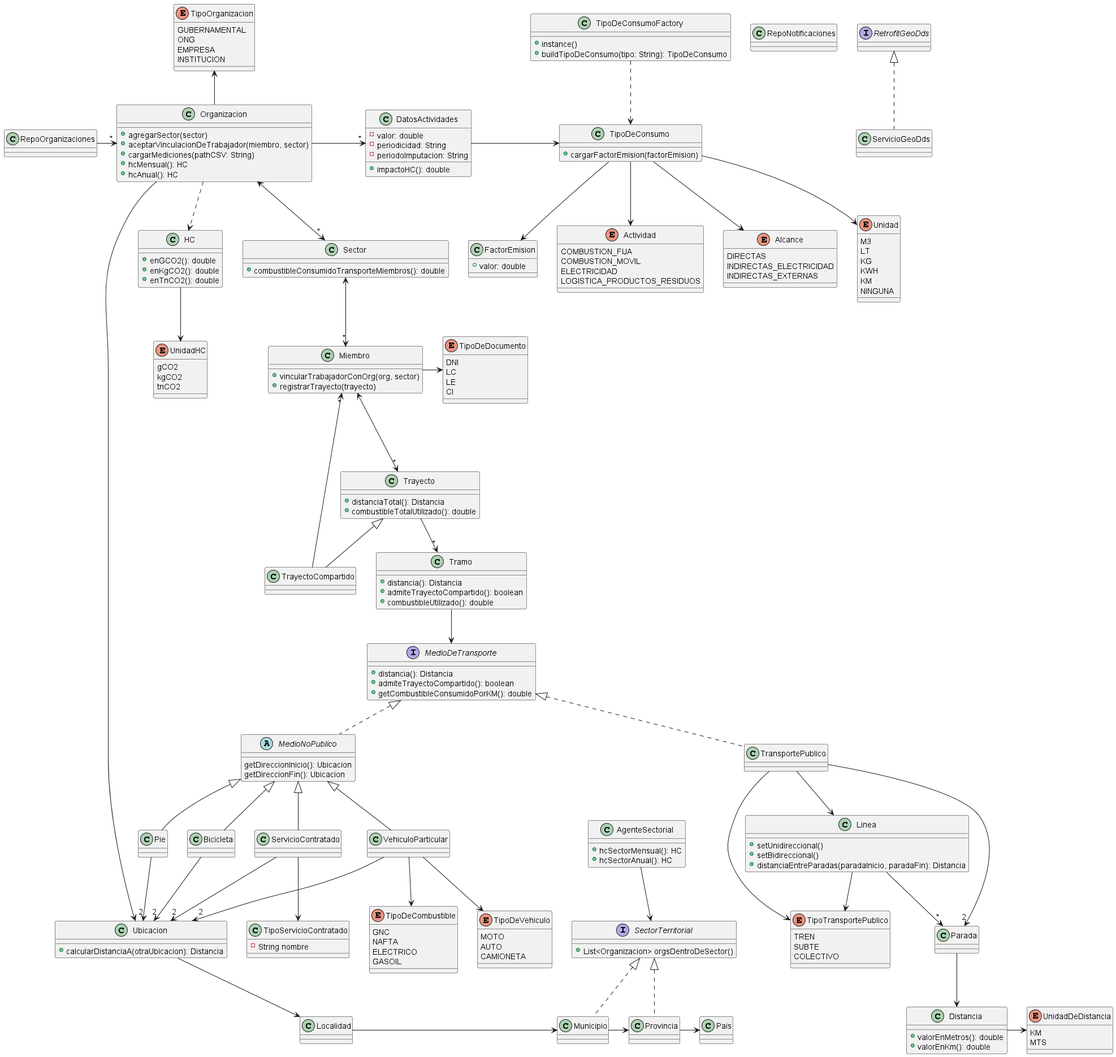
Before: out/diagrama-de-clases/nuevo_diagrama.png, a diagram exported from PlantUML (julian-salinas/dds-2022).
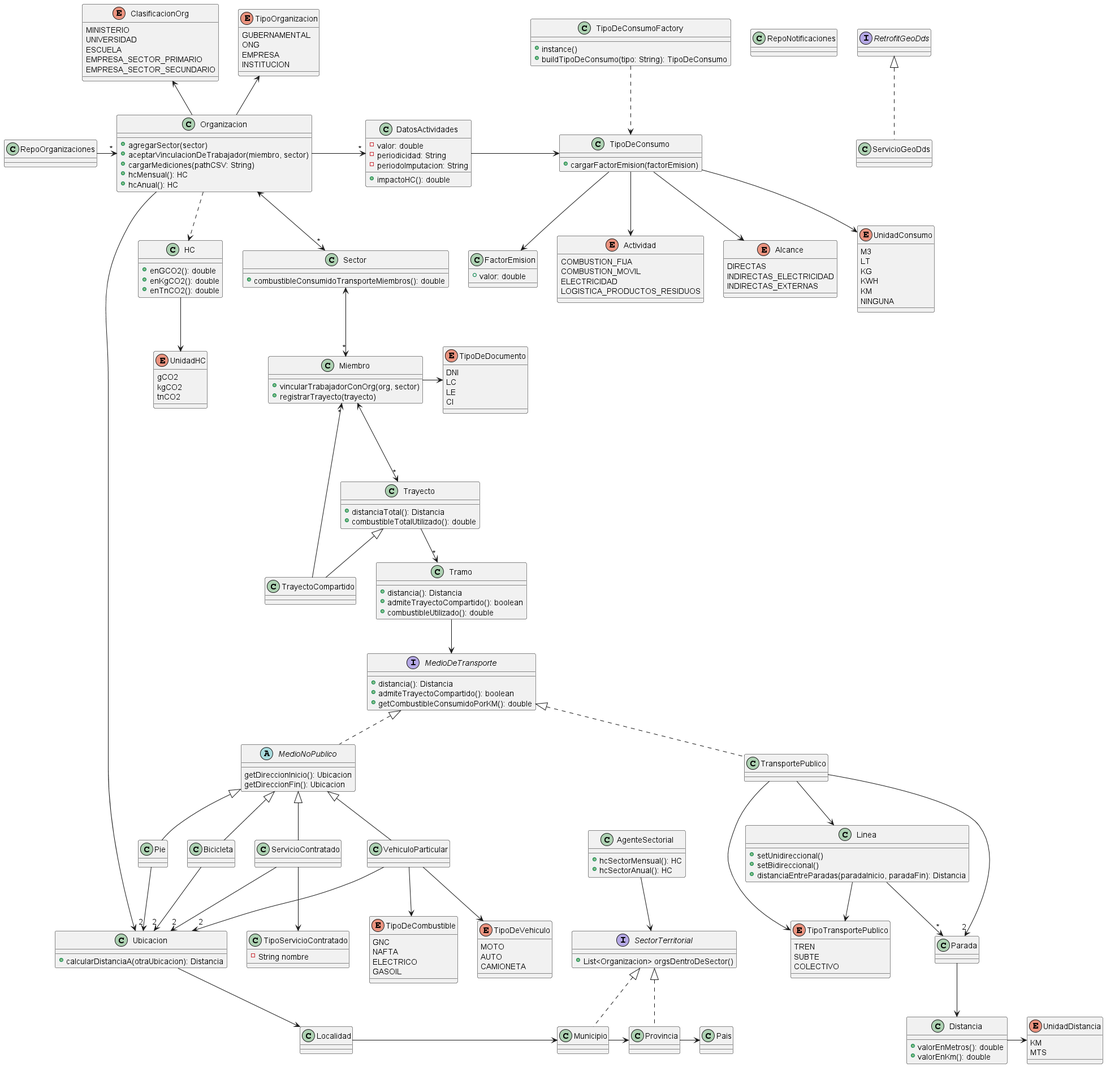
Later version of the same file.

What changed in the source:
```diff
@@ -9,6 +9,14 @@
   ONG
   EMPRESA
   INSTITUCION
+}
+
+enum ClasificacionOrg {
+  MINISTERIO
+  UNIVERSIDAD
+  ESCUELA
+  EMPRESA_SECTOR_PRIMARIO
+  EMPRESA_SECTOR_SECUNDARIO
 }
 
 class Organizacion {
@@ -74,7 +82,7 @@
     + valorEnKm(): double
 }
 
-enum UnidadDeDistancia {
+enum UnidadDistancia {
   KM
   MTS
 }
@@ -169,7 +177,7 @@
   INDIRECTAS_EXTERNAS
 }
 
-enum Unidad {
+enum UnidadConsumo {
   M3
   LT
   KG
@@ -199,6 +207,7 @@
 
 
 RepoOrganizaciones -> "*" Organizacion
+ClasificacionOrg <-- Organizacion
 TipoOrganizacion <-- Organizacion
 Organizacion ---> Ubicacion
 Miembro -> TipoDeDocumento
@@ -209,7 +218,7 @@
 Linea --> "*" Parada
 Linea --> TipoTransportePublico
 Parada --> Distancia
-Distancia -> UnidadDeDistancia
+Distancia -> UnidadDistancia
 
 Pie --> "2" Ubicacion
 Bicicleta --> "2" Ubicacion
@@ -229,7 +238,7 @@
 DatosActividades -> TipoDeConsumo
 TipoDeConsumo --> Actividad
 TipoDeConsumo --> Alcance
-TipoDeConsumo --> Unidad
+TipoDeConsumo --> UnidadConsumo
 TipoDeConsumo --> FactorEmision
 TipoDeConsumoFactory ..> TipoDeConsumo
 
```
